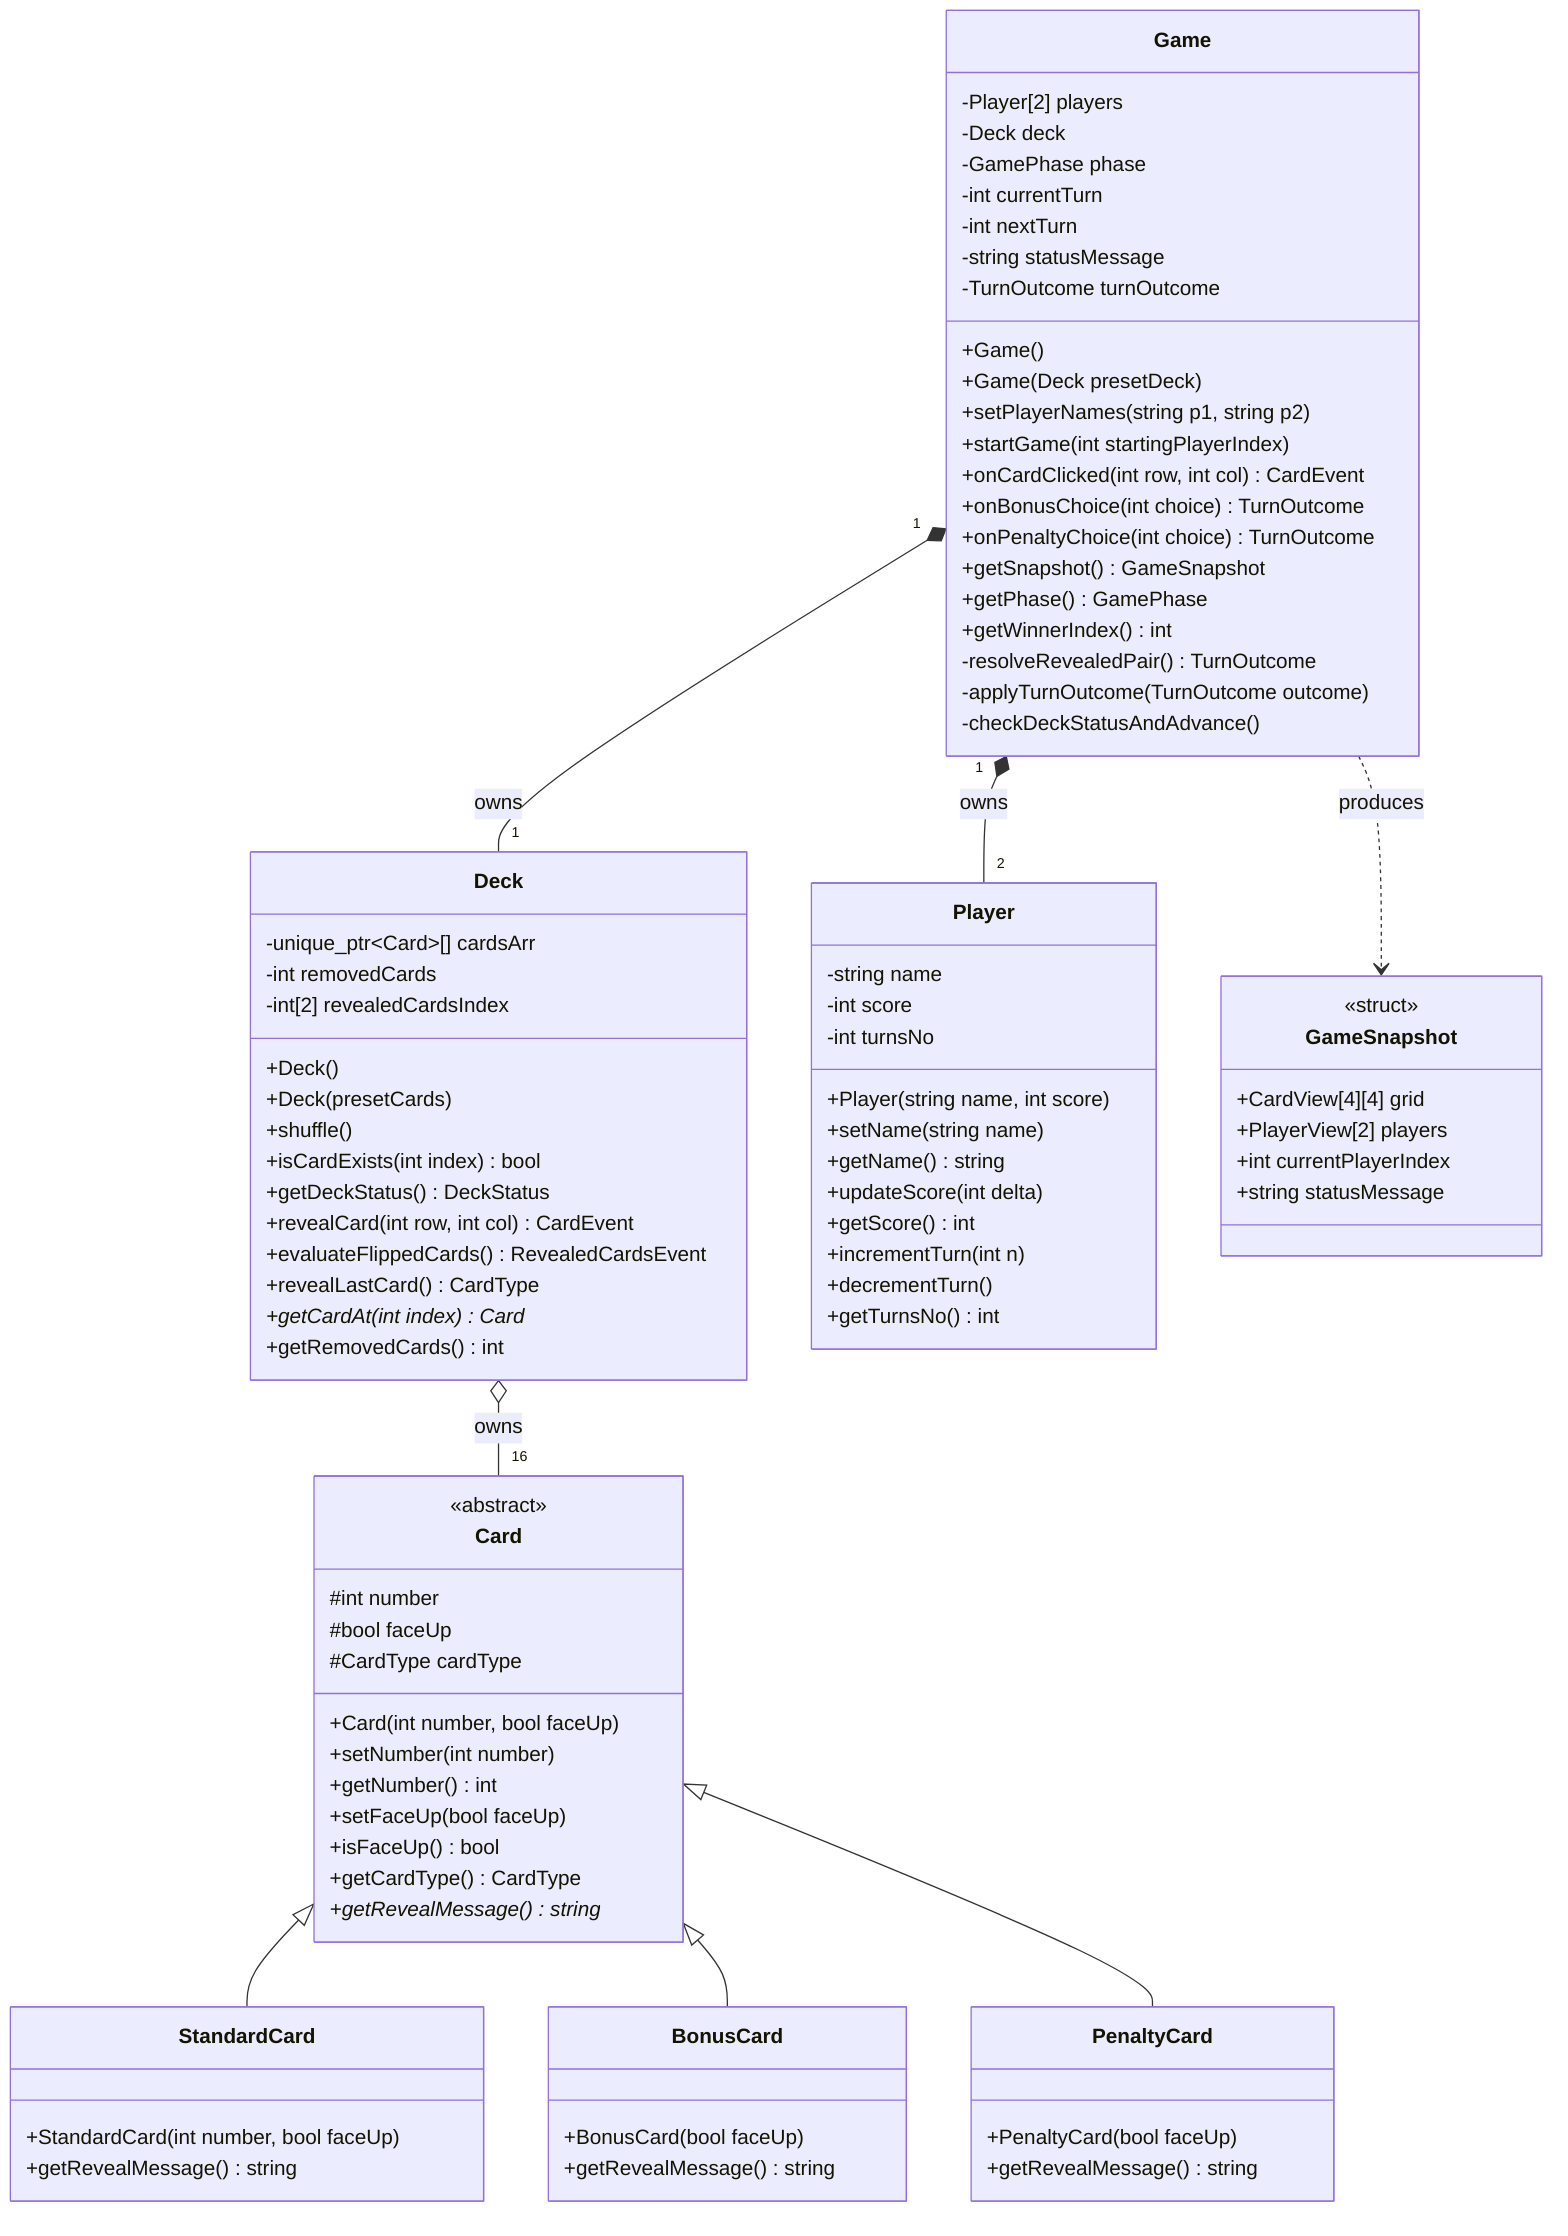
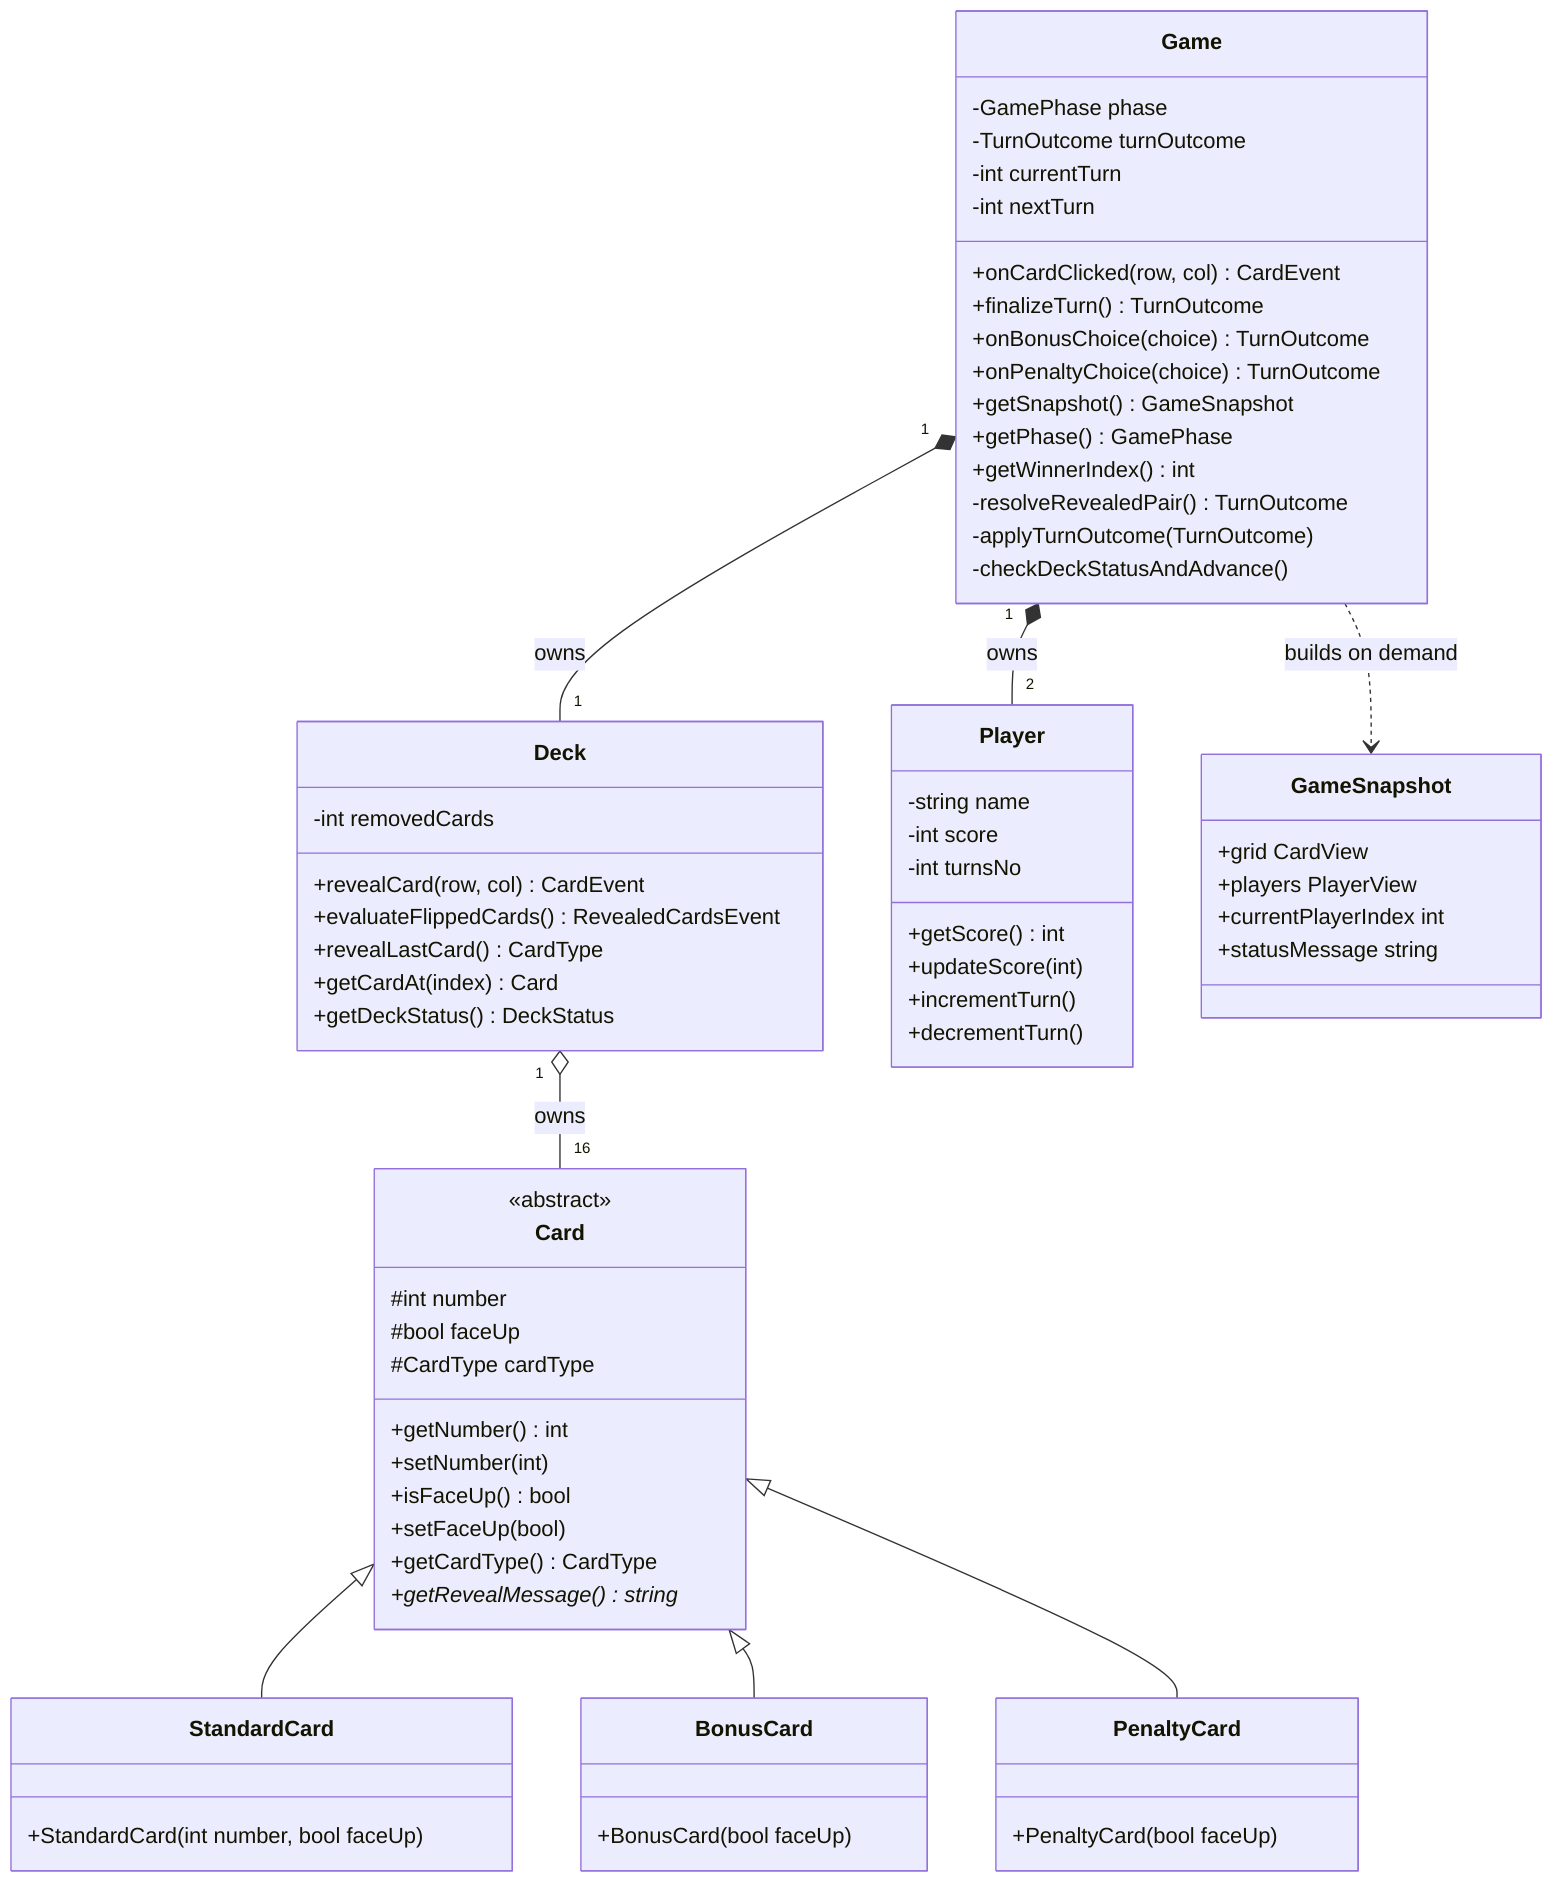
classDiagram
    class Card {
        <<abstract>>
        #int number
        #bool faceUp
        #CardType cardType
-         +Card(int number, bool faceUp)
-         +setNumber(int number)
        +getNumber() int
-         +setFaceUp(bool faceUp)
+         +setNumber(int)
        +isFaceUp() bool
+         +setFaceUp(bool)
        +getCardType() CardType
        +getRevealMessage()* string
    }
    class StandardCard {
        +StandardCard(int number, bool faceUp)
-         +getRevealMessage() string
    }
    class BonusCard {
        +BonusCard(bool faceUp)
-         +getRevealMessage() string
    }
    class PenaltyCard {
        +PenaltyCard(bool faceUp)
-         +getRevealMessage() string
    }
    Card <|-- StandardCard
    Card <|-- BonusCard
    Card <|-- PenaltyCard

    class Deck {
-         -unique_ptr~Card~[] cardsArr
        -int removedCards
-         -int[2] revealedCardsIndex
-         +Deck()
-         +Deck(presetCards)
-         +shuffle()
-         +isCardExists(int index) bool
-         +getDeckStatus() DeckStatus
-         +revealCard(int row, int col) CardEvent
+         +revealCard(row, col) CardEvent
        +evaluateFlippedCards() RevealedCardsEvent
        +revealLastCard() CardType
-         +getCardAt(int index) Card*
-         +getRemovedCards() int
+         +getCardAt(index) Card
+         +getDeckStatus() DeckStatus
    }
-     Deck o-- "16" Card : owns
+     Deck "1" o-- "16" Card : owns

    class Player {
        -string name
        -int score
        -int turnsNo
-         +Player(string name, int score)
-         +setName(string name)
-         +getName() string
-         +updateScore(int delta)
        +getScore() int
-         +incrementTurn(int n)
+         +updateScore(int)
+         +incrementTurn()
        +decrementTurn()
-         +getTurnsNo() int
    }

    class Game {
-         -Player[2] players
-         -Deck deck
        -GamePhase phase
+         -TurnOutcome turnOutcome
        -int currentTurn
        -int nextTurn
-         -string statusMessage
-         -TurnOutcome turnOutcome
-         +Game()
-         +Game(Deck presetDeck)
-         +setPlayerNames(string p1, string p2)
-         +startGame(int startingPlayerIndex)
-         +onCardClicked(int row, int col) CardEvent
-         +onBonusChoice(int choice) TurnOutcome
-         +onPenaltyChoice(int choice) TurnOutcome
+         +onCardClicked(row, col) CardEvent
+         +finalizeTurn() TurnOutcome
+         +onBonusChoice(choice) TurnOutcome
+         +onPenaltyChoice(choice) TurnOutcome
        +getSnapshot() GameSnapshot
        +getPhase() GamePhase
        +getWinnerIndex() int
        -resolveRevealedPair() TurnOutcome
-         -applyTurnOutcome(TurnOutcome outcome)
+         -applyTurnOutcome(TurnOutcome)
        -checkDeckStatusAndAdvance()
    }
    Game "1" *-- "2" Player : owns
    Game "1" *-- "1" Deck : owns
+     Game ..> GameSnapshot : builds on demand

    class GameSnapshot {
-         <<struct>>
-         +CardView[4][4] grid
-         +PlayerView[2] players
-         +int currentPlayerIndex
-         +string statusMessage
+         +grid CardView
+         +players PlayerView
+         +currentPlayerIndex int
+         +statusMessage string
    }
-     Game ..> GameSnapshot : produces
